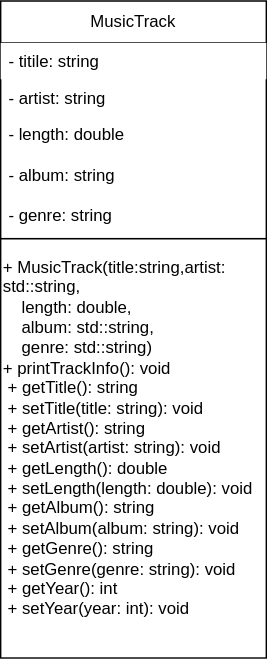
This is drawio/UML MusicTrack.drawio.svg from at1et/OOP, a draw.io export, as it was before one commit. Source tidied: cells renumbered, new cells last; positions are measured from the earlier drawing's top-left corner, leaving out a move shared by most shapes.
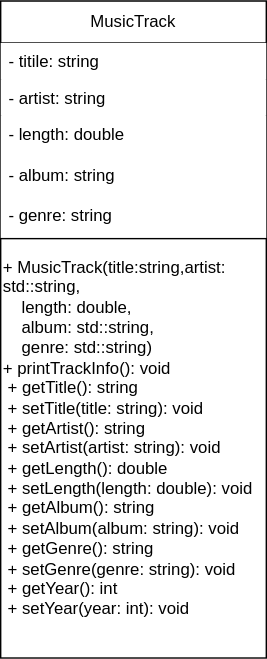
The same diagram one commit later.

What changed in the source:
```diff
@@ -2,19 +2,19 @@
   <root>
     <mxCell id="0" />
     <mxCell id="1" parent="0" />
-    <mxCell id="2" value="MusicTrack" style="swimlane;fontStyle=0;horizontal=1;startSize=30;fillColor=none;whiteSpace=wrap;html=1;" parent="1" vertex="1">
+    <mxCell id="2" value="MusicTrack" style="swimlane;fontStyle=0;horizontal=1;startSize=30;fillColor=default;whiteSpace=wrap;html=1;" parent="1" vertex="1">
       <mxGeometry width="190" height="170" as="geometry" />
     </mxCell>
     <mxCell id="3" value="- titile: string" style="text;strokeColor=none;fillColor=default;align=left;verticalAlign=top;spacingLeft=4;spacingRight=4;overflow=hidden;whiteSpace=wrap;html=1;" parent="2" vertex="1">
       <mxGeometry y="30" width="190" height="26" as="geometry" />
     </mxCell>
-    <mxCell id="4" value="- artist: string" style="text;strokeColor=none;fillColor=none;align=left;verticalAlign=top;spacingLeft=4;spacingRight=4;overflow=hidden;whiteSpace=wrap;html=1;" parent="2" vertex="1">
+    <mxCell id="4" value="- artist: string" style="text;align=left;verticalAlign=top;spacingLeft=4;spacingRight=4;overflow=hidden;whiteSpace=wrap;html=1;fillColor=default;" parent="2" vertex="1">
       <mxGeometry y="56" width="190" height="26" as="geometry" />
     </mxCell>
-    <mxCell id="5" value="- length: double&lt;br&gt;&amp;nbsp;&lt;br&gt;- album: string&lt;br&gt;&lt;br&gt;- genre: string" style="text;strokeColor=none;fillColor=none;align=left;verticalAlign=top;spacingLeft=4;spacingRight=4;overflow=hidden;whiteSpace=wrap;html=1;" parent="2" vertex="1">
+    <mxCell id="5" value="- length: double&lt;br&gt;&amp;nbsp;&lt;br&gt;- album: string&lt;br&gt;&lt;br&gt;- genre: string" style="text;strokeColor=none;fillColor=default;align=left;verticalAlign=top;spacingLeft=4;spacingRight=4;overflow=hidden;whiteSpace=wrap;html=1;" parent="2" vertex="1">
       <mxGeometry y="82" width="190" height="88" as="geometry" />
     </mxCell>
-    <mxCell id="6" value="&lt;div&gt;+ MusicTrack(title:string,&lt;span style=&quot;background-color: initial;&quot;&gt;artist: std::string,&amp;nbsp;&lt;/span&gt;&lt;/div&gt;&lt;div&gt;&lt;span style=&quot;&quot;&gt;&lt;span style=&quot;white-space: pre;&quot;&gt;&amp;nbsp;&amp;nbsp;&amp;nbsp;&amp;nbsp;&lt;/span&gt;&lt;/span&gt;length: double,&amp;nbsp; &amp;nbsp; &amp;nbsp; &amp;nbsp;&lt;/div&gt;&lt;div&gt;&lt;span style=&quot;&quot;&gt;&lt;span style=&quot;white-space: pre;&quot;&gt;&amp;nbsp;&amp;nbsp;&amp;nbsp;&amp;nbsp;&lt;/span&gt;&lt;/span&gt;album: std::string,&amp;nbsp; &amp;nbsp;&amp;nbsp;&lt;/div&gt;&lt;div&gt;&amp;nbsp;&lt;span style=&quot;&quot;&gt;&lt;span style=&quot;white-space: pre;&quot;&gt;&amp;nbsp;&amp;nbsp;&amp;nbsp;&lt;/span&gt;&lt;/span&gt;genre: std::string)&amp;nbsp; &amp;nbsp;&lt;/div&gt;&lt;div&gt;+ printTrackInfo(): void&amp;nbsp;&lt;br&gt;&amp;nbsp;+ getTitle(): string&amp;nbsp;&lt;br&gt;&amp;nbsp;+ setTitle(title: string): void&amp;nbsp;&lt;br&gt;&amp;nbsp;+ getArtist(): string&amp;nbsp;&lt;br&gt;&amp;nbsp;+ setArtist(artist: string): void&amp;nbsp;&lt;br&gt;&amp;nbsp;+ getLength(): double&amp;nbsp;&lt;br&gt;&amp;nbsp;+ setLength(length: double): void&amp;nbsp;&lt;br&gt;&amp;nbsp;+ getAlbum(): string&amp;nbsp;&lt;br&gt;&amp;nbsp;+ setAlbum(album: string): void&amp;nbsp;&lt;br&gt;&amp;nbsp;+ getGenre(): string&amp;nbsp;&lt;br&gt;&amp;nbsp;+ setGenre(genre: string): void&amp;nbsp;&lt;br&gt;&amp;nbsp;+ getYear(): int&amp;nbsp;&lt;br&gt;&amp;nbsp;+ setYear(year: int): void&amp;nbsp;&lt;br&gt;&amp;nbsp;&amp;nbsp;&lt;/div&gt;" style="rounded=0;whiteSpace=wrap;html=1;align=left;fillColor=none;" parent="1" vertex="1">
+    <mxCell id="6" value="&lt;div&gt;+ MusicTrack(title:string,&lt;span style=&quot;background-color: initial;&quot;&gt;artist: std::string,&amp;nbsp;&lt;/span&gt;&lt;/div&gt;&lt;div&gt;&lt;span style=&quot;&quot;&gt;&lt;span style=&quot;white-space: pre;&quot;&gt;&amp;nbsp;&amp;nbsp;&amp;nbsp;&amp;nbsp;&lt;/span&gt;&lt;/span&gt;length: double,&amp;nbsp; &amp;nbsp; &amp;nbsp; &amp;nbsp;&lt;/div&gt;&lt;div&gt;&lt;span style=&quot;&quot;&gt;&lt;span style=&quot;white-space: pre;&quot;&gt;&amp;nbsp;&amp;nbsp;&amp;nbsp;&amp;nbsp;&lt;/span&gt;&lt;/span&gt;album: std::string,&amp;nbsp; &amp;nbsp;&amp;nbsp;&lt;/div&gt;&lt;div&gt;&amp;nbsp;&lt;span style=&quot;&quot;&gt;&lt;span style=&quot;white-space: pre;&quot;&gt;&amp;nbsp;&amp;nbsp;&amp;nbsp;&lt;/span&gt;&lt;/span&gt;genre: std::string)&amp;nbsp; &amp;nbsp;&lt;/div&gt;&lt;div&gt;+ printTrackInfo(): void&amp;nbsp;&lt;br&gt;&amp;nbsp;+ getTitle(): string&amp;nbsp;&lt;br&gt;&amp;nbsp;+ setTitle(title: string): void&amp;nbsp;&lt;br&gt;&amp;nbsp;+ getArtist(): string&amp;nbsp;&lt;br&gt;&amp;nbsp;+ setArtist(artist: string): void&amp;nbsp;&lt;br&gt;&amp;nbsp;+ getLength(): double&amp;nbsp;&lt;br&gt;&amp;nbsp;+ setLength(length: double): void&amp;nbsp;&lt;br&gt;&amp;nbsp;+ getAlbum(): string&amp;nbsp;&lt;br&gt;&amp;nbsp;+ setAlbum(album: string): void&amp;nbsp;&lt;br&gt;&amp;nbsp;+ getGenre(): string&amp;nbsp;&lt;br&gt;&amp;nbsp;+ setGenre(genre: string): void&amp;nbsp;&lt;br&gt;&amp;nbsp;+ getYear(): int&amp;nbsp;&lt;br&gt;&amp;nbsp;+ setYear(year: int): void&amp;nbsp;&lt;br&gt;&amp;nbsp;&amp;nbsp;&lt;/div&gt;" style="rounded=0;whiteSpace=wrap;html=1;align=left;fillColor=default;" parent="1" vertex="1">
       <mxGeometry y="170" width="190" height="300" as="geometry" />
     </mxCell>
   </root>
```
